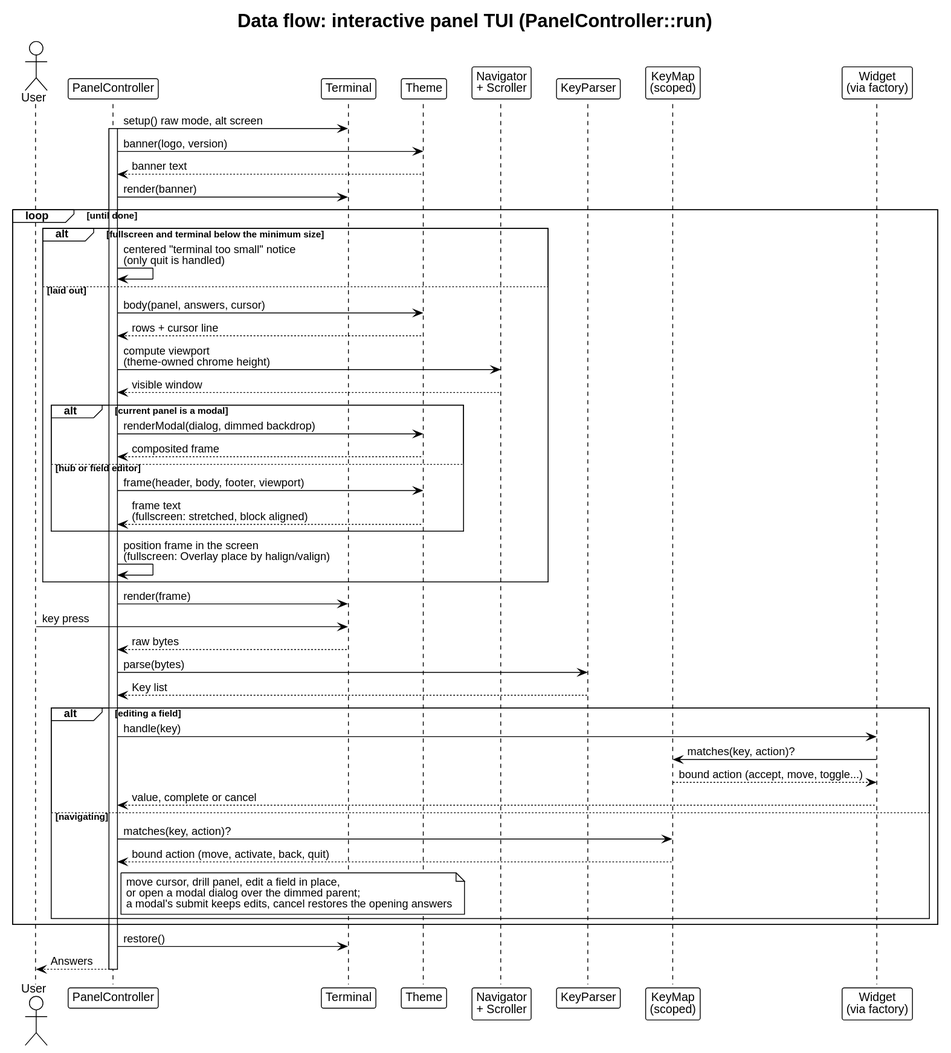
Above: docs/architecture/dataflow-tui.svg in drevops/tui (PlantUML), before the change.
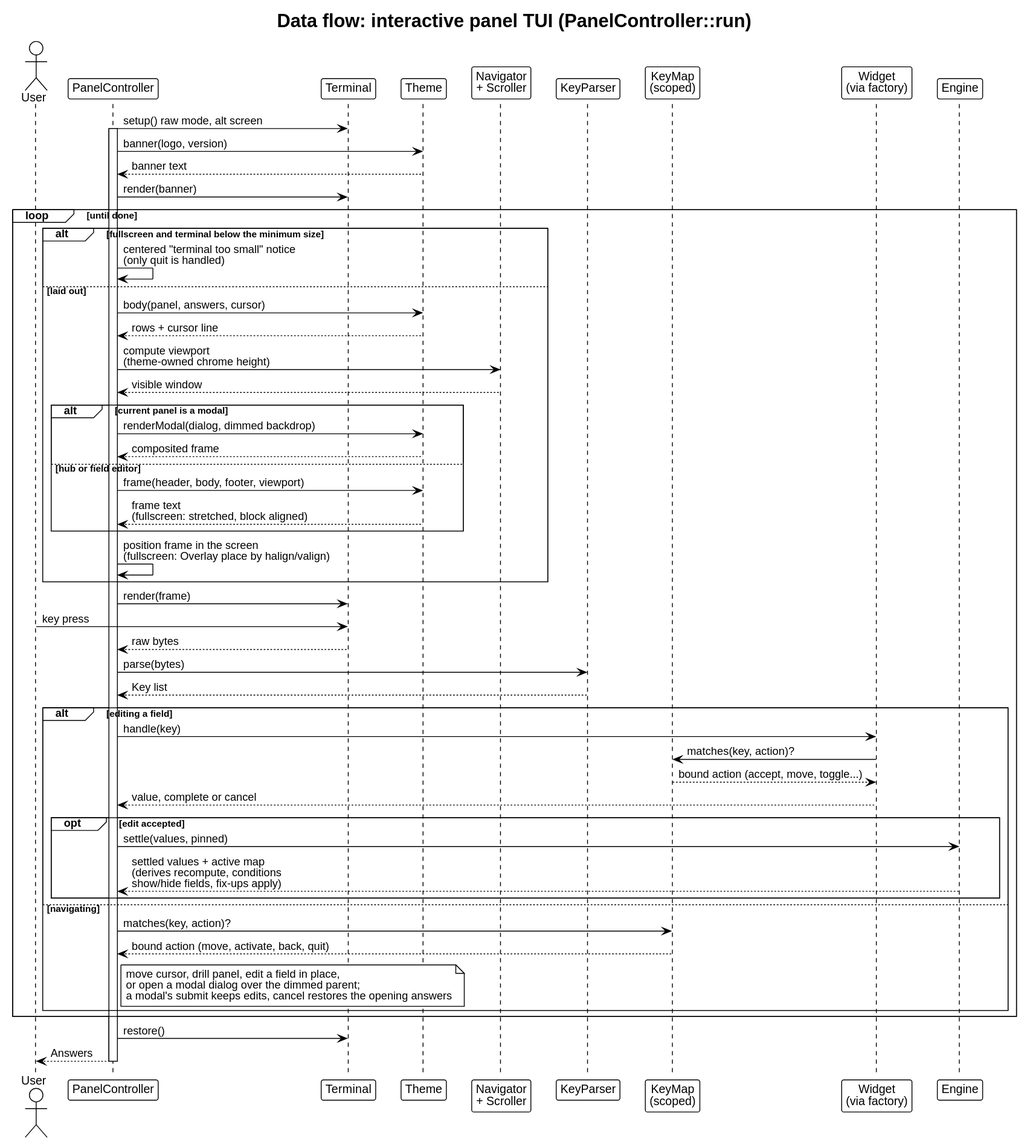
The same diagram one commit later.

What changed in the source:
```diff
@@ -13,6 +13,7 @@
 participant "KeyParser" as KP
 participant "KeyMap\n(scoped)" as KM
 participant "Widget\n(via factory)" as W
+participant "Engine" as Eng
 
 PC -> Term: setup() raw mode, alt screen
 activate PC
@@ -49,6 +50,10 @@
     W -> KM: matches(key, action)?
     KM --> W: bound action (accept, move, toggle...)
     W --> PC: value, complete or cancel
+    opt edit accepted
+      PC -> Eng: settle(values, pinned)
+      Eng --> PC: settled values + active map\n(derives recompute, conditions\nshow/hide fields, fix-ups apply)
+    end
   else navigating
     PC -> KM: matches(key, action)?
     KM --> PC: bound action (move, activate, back, quit)
```
